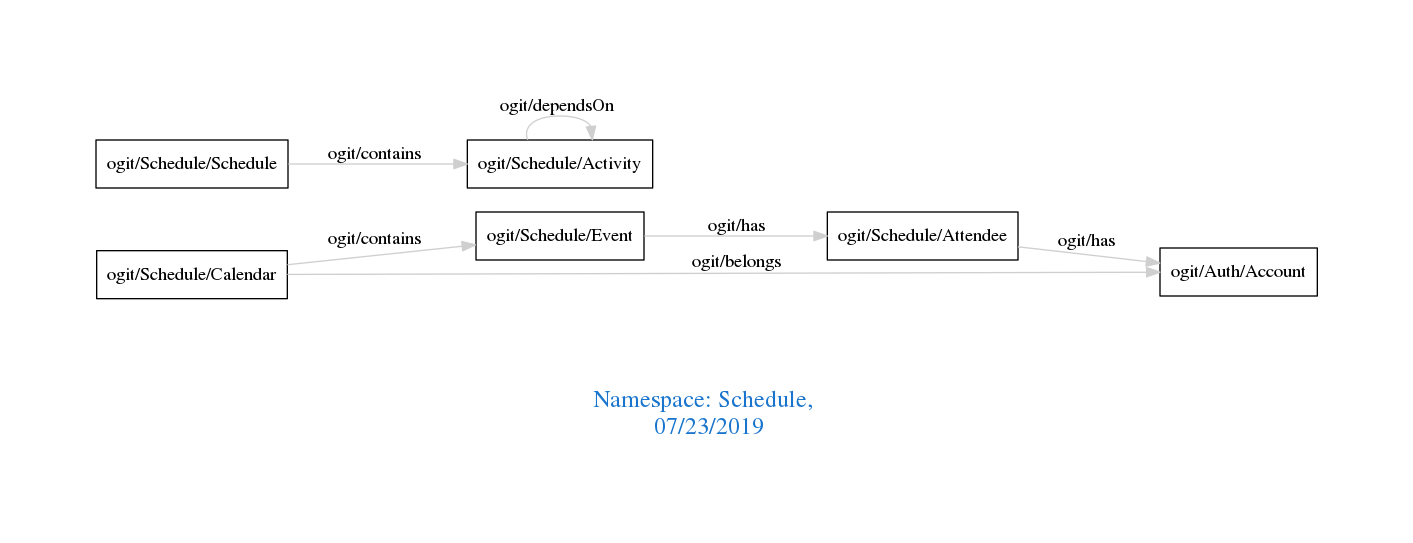
Earlier version of the Graphviz export downloads/Schedule.png (arago/OGIT). Its source is kept beside it as downloads/Schedule.dot.
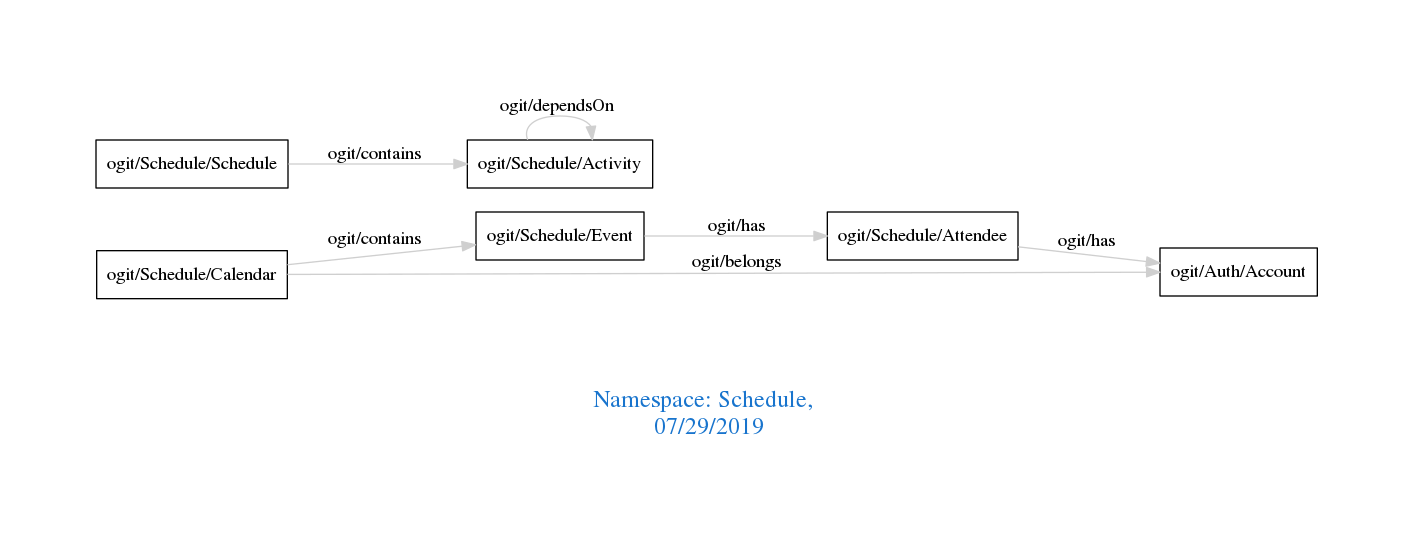
After the change.

Change to the diagram source:
```diff
@@ -1,7 +1,7 @@
 digraph OGIT_ontology {
  graph [ rankdir= LR,pad=1
 fontsize = 18,
-fontcolor= dodgerblue3,label = "\n\n\nNamespace: Schedule, \n 07/23/2019"];
+fontcolor= dodgerblue3,label = "\n\n\nNamespace: Schedule, \n 07/29/2019"];
 node[shape=polygon];
 edge [  color="gray81"];
 
```
